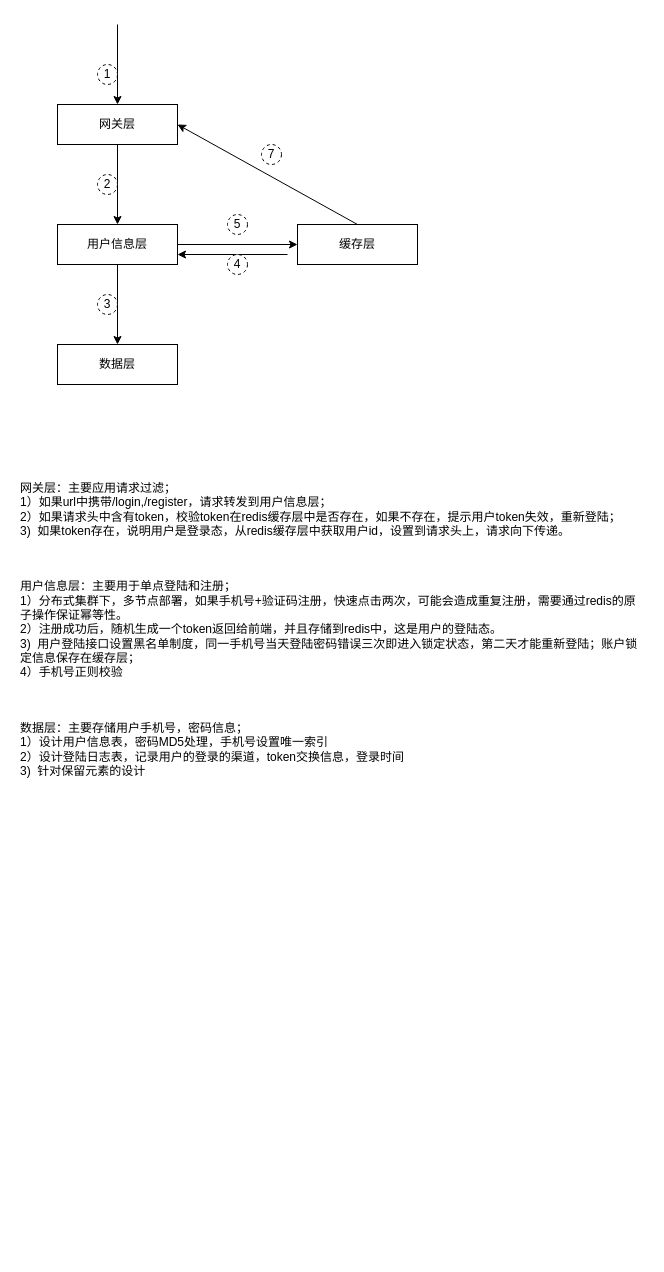
The draw.io diagram Untitled Diagram.drawio in chenrushui/draw, before the edit. Source tidied: cells renumbered, new cells numbered last; positions are measured from the earlier drawing's top-left corner, leaving out a move shared by most shapes. Both pictures are drawn from the tidied source at 100%, with x=0, y=0 at pixel (18, 24).
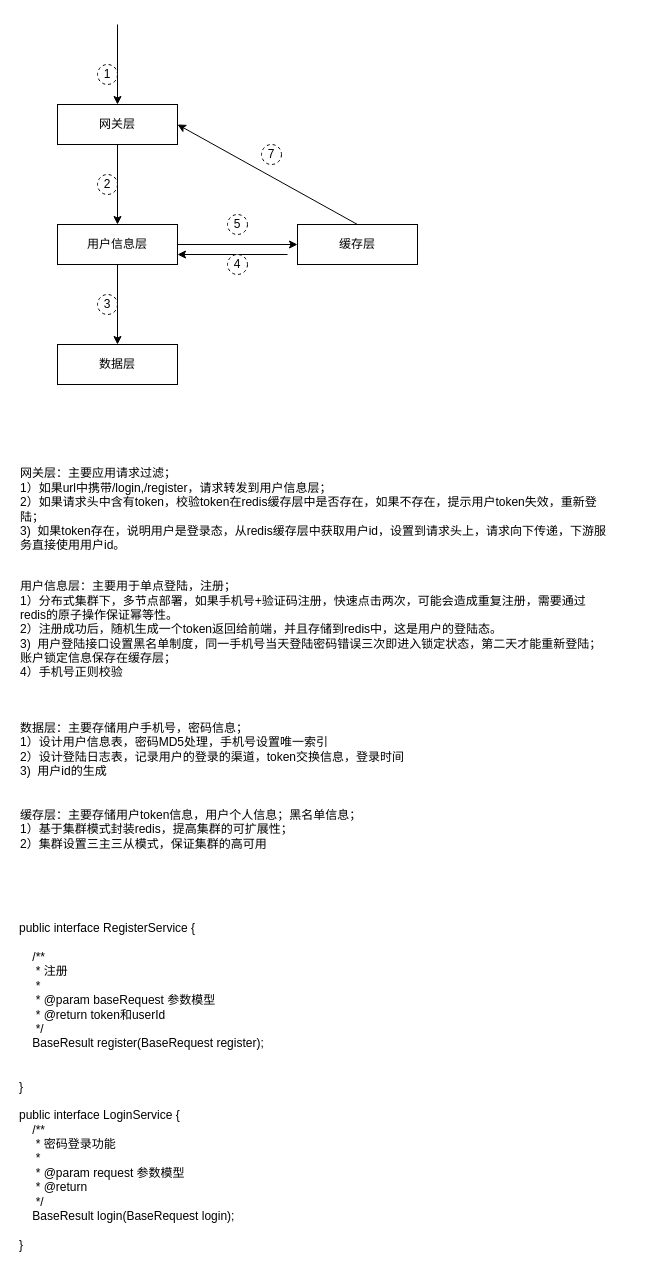
After the change.

The edit, as a diff of the source:
```diff
@@
-    <mxCell id="18" value="网关层：主要应用请求过滤；&lt;br&gt;1）如果url中携带/login,/register，请求转发到用户信息层；&lt;br&gt;2）如果请求头中含有token，校验token在redis缓存层中是否存在，如果不存在，提示用户token失效，重新登陆；&lt;br&gt;3)&amp;nbsp; 如果token存在，说明用户是登录态，从redis缓存层中获取用户id，设置到请求头上，请求向下传递。" style="text;html=1;strokeColor=none;fillColor=none;align=left;verticalAlign=middle;whiteSpace=wrap;rounded=0;dashed=1;" parent="1" vertex="1">
-      <mxGeometry y="450" width="629" height="70" as="geometry" />
+    <mxCell id="18" value="网关层：主要应用请求过滤；&lt;br&gt;1）如果url中携带/login,/register，请求转发到用户信息层；&lt;br&gt;2）如果请求头中含有token，校验token在redis缓存层中是否存在，如果不存在，提示用户token失效，重新登陆；&lt;br&gt;3)&amp;nbsp; 如果token存在，说明用户是登录态，从redis缓存层中获取用户id，设置到请求头上，请求向下传递，下游服务直接使用用户id。" style="text;html=1;strokeColor=none;fillColor=none;align=left;verticalAlign=middle;whiteSpace=wrap;rounded=0;dashed=1;" parent="1" vertex="1">
+      <mxGeometry y="450" width="599" height="70" as="geometry" />
     </mxCell>
-    <mxCell id="19" value="用户信息层：主要用于单点登陆和注册；&lt;br&gt;1）分布式集群下，多节点部署，如果手机号+验证码注册，快速点击两次，可能会造成重复注册，需要通过redis的原子操作保证幂等性。&lt;br&gt;2）注册成功后，随机生成一个token返回给前端，并且存储到redis中，这是用户的登陆态。&lt;br&gt;3)&amp;nbsp; 用户登陆接口设置黑名单制度，同一手机号当天登陆密码错误三次即进入锁定状态，第二天才能重新登陆；账户锁定信息保存在缓存层；&lt;br&gt;4）手机号正则校验" style="text;html=1;strokeColor=none;fillColor=none;align=left;verticalAlign=middle;whiteSpace=wrap;rounded=0;dashed=1;" parent="1" vertex="1">
-      <mxGeometry y="570" width="629" height="70" as="geometry" />
+    <mxCell id="19" value="用户信息层：主要用于单点登陆，注册；&lt;br&gt;1）分布式集群下，多节点部署，如果手机号+验证码注册，快速点击两次，可能会造成重复注册，需要通过redis的原子操作保证幂等性。&lt;br&gt;2）注册成功后，随机生成一个token返回给前端，并且存储到redis中，这是用户的登陆态。&lt;br&gt;3)&amp;nbsp; 用户登陆接口设置黑名单制度，同一手机号当天登陆密码错误三次即进入锁定状态，第二天才能重新登陆；账户锁定信息保存在缓存层；&lt;br&gt;4）手机号正则校验" style="text;html=1;strokeColor=none;fillColor=none;align=left;verticalAlign=middle;whiteSpace=wrap;rounded=0;dashed=1;" parent="1" vertex="1">
+      <mxGeometry y="570" width="589" height="70" as="geometry" />
     </mxCell>
-    <mxCell id="20" value="数据层：主要存储用户手机号，密码信息；&lt;br&gt;1）设计用户信息表，密码MD5处理，手机号设置唯一索引&lt;br&gt;2）设计登陆日志表，记录用户的登录的渠道，token交换信息，登录时间&lt;br&gt;3)&amp;nbsp; 针对保留元素的设计" style="text;html=1;strokeColor=none;fillColor=none;align=left;verticalAlign=middle;whiteSpace=wrap;rounded=0;dashed=1;" parent="1" vertex="1">
+    <mxCell id="20" value="数据层：主要存储用户手机号，密码信息；&lt;br&gt;1）设计用户信息表，密码MD5处理，手机号设置唯一索引&lt;br&gt;2）设计登陆日志表，记录用户的登录的渠道，token交换信息，登录时间&lt;br&gt;3)&amp;nbsp; 用户id的生成" style="text;html=1;strokeColor=none;fillColor=none;align=left;verticalAlign=middle;whiteSpace=wrap;rounded=0;dashed=1;" parent="1" vertex="1">
       <mxGeometry y="690" width="629" height="70" as="geometry" />
     </mxCell>
+    <mxCell id="21" value="缓存层：主要存储用户token信息，用户个人信息；黑名单信息；&lt;br&gt;1）基于集群模式封装redis，提高集群的可扩展性；&lt;br&gt;2）集群设置三主三从模式，保证集群的高可用" style="text;html=1;strokeColor=none;fillColor=none;align=left;verticalAlign=middle;whiteSpace=wrap;rounded=0;dashed=1;" parent="1" vertex="1">
+      <mxGeometry y="770" width="629" height="70" as="geometry" />
+    </mxCell>
+    <mxCell id="22" value="&lt;div&gt;&lt;br&gt;&lt;/div&gt;&lt;div&gt;public interface RegisterService {&lt;/div&gt;&lt;div&gt;&lt;br&gt;&lt;/div&gt;&lt;div&gt;&amp;nbsp; &amp;nbsp; /**&lt;/div&gt;&lt;div&gt;&amp;nbsp; &amp;nbsp; &amp;nbsp;* 注册&lt;/div&gt;&lt;div&gt;&amp;nbsp; &amp;nbsp; &amp;nbsp;*&lt;/div&gt;&lt;div&gt;&amp;nbsp; &amp;nbsp; &amp;nbsp;* @param baseRequest 参数模型&lt;/div&gt;&lt;div&gt;&amp;nbsp; &amp;nbsp; &amp;nbsp;* @return token和userId&lt;/div&gt;&lt;div&gt;&amp;nbsp; &amp;nbsp; &amp;nbsp;*/&lt;/div&gt;&lt;div&gt;&amp;nbsp; &amp;nbsp; BaseResult register(BaseRequest register);&lt;/div&gt;&lt;div&gt;&lt;br&gt;&lt;/div&gt;&lt;div&gt;&lt;br&gt;&lt;/div&gt;&lt;div&gt;}&lt;/div&gt;&lt;div&gt;&lt;br&gt;&lt;/div&gt;&lt;div&gt;public interface LoginService {&lt;/div&gt;&lt;div&gt;&amp;nbsp; &amp;nbsp; /**&lt;/div&gt;&lt;div&gt;&amp;nbsp; &amp;nbsp; &amp;nbsp;* 密码登录功能&lt;/div&gt;&lt;div&gt;&amp;nbsp; &amp;nbsp; &amp;nbsp;*&lt;/div&gt;&lt;div&gt;&amp;nbsp; &amp;nbsp; &amp;nbsp;* @param request 参数模型&lt;/div&gt;&lt;div&gt;&amp;nbsp; &amp;nbsp; &amp;nbsp;* @return&lt;/div&gt;&lt;div&gt;&amp;nbsp; &amp;nbsp; &amp;nbsp;*/&lt;/div&gt;&lt;div&gt;&amp;nbsp; &amp;nbsp; BaseResult login(BaseRequest login);&lt;/div&gt;&lt;div&gt;&amp;nbsp; &amp;nbsp;&lt;/div&gt;&lt;div&gt;}&lt;/div&gt;" style="text;html=1;strokeColor=none;fillColor=none;align=left;verticalAlign=middle;whiteSpace=wrap;rounded=0;dashed=1;" parent="1" vertex="1">
+      <mxGeometry x="-1" y="880" width="570" height="350" as="geometry" />
+    </mxCell>
```
